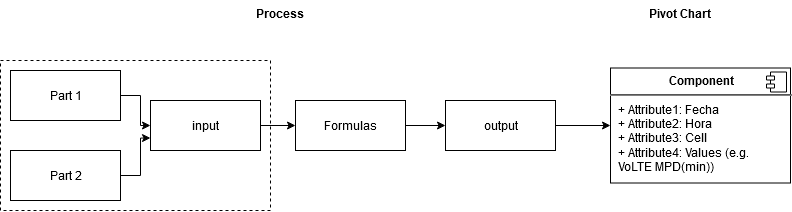
The draw.io diagram archDiagram.png in charlieromano/autoReportsRF, before a commit. Source tidied: cells renumbered, new cells last; positions are measured from the earlier drawing's top-left corner, leaving out a move shared by most shapes. Source of this version:
```xml
<mxGraphModel>
  <root>
    <mxCell id="0" />
    <mxCell id="1" parent="0" />
    <mxCell id="2" style="rounded=0;whiteSpace=wrap;html=1;fillColor=none;dashed=1;" parent="1" vertex="1">
      <mxGeometry y="60" width="270" height="150" as="geometry" />
    </mxCell>
    <mxCell id="3" style="edgeStyle=orthogonalEdgeStyle;rounded=0;jettySize=auto;html=1;exitX=1;exitY=0.5;exitDx=0;exitDy=0;" parent="1" edge="1" source="4" target="8">
      <mxGeometry relative="1" as="geometry" />
    </mxCell>
    <mxCell id="4" value="Part 1" style="html=1;" parent="1" vertex="1">
      <mxGeometry x="10" y="70" width="110" height="50" as="geometry" />
    </mxCell>
    <mxCell id="5" style="edgeStyle=orthogonalEdgeStyle;rounded=0;jettySize=auto;html=1;exitX=1;exitY=0.5;exitDx=0;exitDy=0;entryX=0;entryY=0.75;entryDx=0;entryDy=0;" parent="1" edge="1" source="6" target="8">
      <mxGeometry relative="1" as="geometry" />
    </mxCell>
    <mxCell id="6" value="Part 2" style="html=1;" parent="1" vertex="1">
      <mxGeometry x="10" y="150" width="110" height="50" as="geometry" />
    </mxCell>
    <mxCell id="7" style="edgeStyle=orthogonalEdgeStyle;rounded=0;jettySize=auto;html=1;exitX=1;exitY=0.5;exitDx=0;exitDy=0;entryX=0;entryY=0.5;entryDx=0;entryDy=0;" parent="1" edge="1" source="8" target="10">
      <mxGeometry relative="1" as="geometry" />
    </mxCell>
    <mxCell id="8" value="input" style="html=1;" parent="1" vertex="1">
      <mxGeometry x="150" y="100" width="110" height="50" as="geometry" />
    </mxCell>
    <mxCell id="9" style="edgeStyle=orthogonalEdgeStyle;rounded=0;jettySize=auto;html=1;exitX=1;exitY=0.5;exitDx=0;exitDy=0;" parent="1" edge="1" source="10" target="14">
      <mxGeometry relative="1" as="geometry" />
    </mxCell>
    <mxCell id="10" value="Formulas" style="html=1;" parent="1" vertex="1">
      <mxGeometry x="295" y="100" width="110" height="50" as="geometry" />
    </mxCell>
    <mxCell id="11" value="Pivot Chart" style="text;align=center;fontStyle=1;verticalAlign=middle;spacingLeft=3;spacingRight=3;strokeColor=none;" parent="1" vertex="1">
      <mxGeometry x="640" width="80" height="26" as="geometry" />
    </mxCell>
    <mxCell id="12" value="Process" style="text;align=center;fontStyle=1;verticalAlign=middle;spacingLeft=3;spacingRight=3;strokeColor=none;" parent="1" vertex="1">
      <mxGeometry x="240" width="80" height="26" as="geometry" />
    </mxCell>
    <mxCell id="13" style="edgeStyle=orthogonalEdgeStyle;rounded=0;jettySize=auto;html=1;exitX=1;exitY=0.5;exitDx=0;exitDy=0;entryX=0;entryY=0.5;entryDx=0;entryDy=0;" parent="1" edge="1" source="14" target="15">
      <mxGeometry relative="1" as="geometry" />
    </mxCell>
    <mxCell id="14" value="output" style="html=1;" parent="1" vertex="1">
      <mxGeometry x="445" y="100" width="110" height="50" as="geometry" />
    </mxCell>
    <mxCell id="15" value="&lt;p style=&quot;margin: 0px ; margin-top: 6px ; text-align: center&quot;&gt;&lt;b&gt;Component&lt;/b&gt;&lt;/p&gt;&lt;hr&gt;&lt;p style=&quot;margin: 0px ; margin-left: 8px&quot;&gt;+ Attribute1: Fecha&lt;br&gt;+ Attribute2: Hora&lt;/p&gt;&lt;p style=&quot;margin: 0px ; margin-left: 8px&quot;&gt;+ Attribute3: Cell&lt;/p&gt;&lt;p style=&quot;margin: 0px ; margin-left: 8px&quot;&gt;+ Attribute4: Values (e.g. &lt;br&gt;&lt;/p&gt;&lt;p style=&quot;margin: 0px ; margin-left: 8px&quot;&gt;VoLTE MPD(min))&lt;/p&gt;&lt;p style=&quot;margin: 0px ; margin-left: 8px&quot;&gt;&lt;br&gt;&lt;/p&gt;" style="align=left;overflow=fill;html=1;" parent="1" vertex="1">
      <mxGeometry x="610" y="67.5" width="180" height="115" as="geometry" />
    </mxCell>
    <mxCell id="16" style="shape=component;jettyWidth=8;jettyHeight=4;" parent="15" vertex="1">
      <mxGeometry x="1" width="20" height="20" relative="1" as="geometry">
        <mxPoint x="-24" y="4" as="offset" />
      </mxGeometry>
    </mxCell>
  </root>
</mxGraphModel>
```
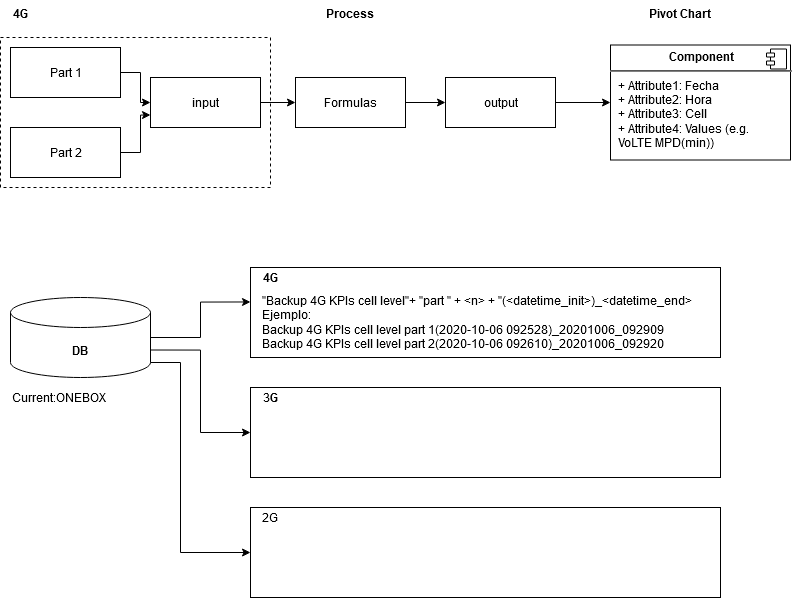
The same diagram one commit later.

Diff of the diagram source:
```diff
@@ -30,10 +30,10 @@
       <mxGeometry x="295" y="100" width="110" height="50" as="geometry" />
     </mxCell>
     <mxCell id="11" value="Pivot Chart" style="text;align=center;fontStyle=1;verticalAlign=middle;spacingLeft=3;spacingRight=3;strokeColor=none;" parent="1" vertex="1">
-      <mxGeometry x="640" width="80" height="26" as="geometry" />
+      <mxGeometry x="640" y="23" width="80" height="26" as="geometry" />
     </mxCell>
     <mxCell id="12" value="Process" style="text;align=center;fontStyle=1;verticalAlign=middle;spacingLeft=3;spacingRight=3;strokeColor=none;" parent="1" vertex="1">
-      <mxGeometry x="240" width="80" height="26" as="geometry" />
+      <mxGeometry x="310" y="23" width="80" height="26" as="geometry" />
     </mxCell>
     <mxCell id="13" style="edgeStyle=orthogonalEdgeStyle;rounded=0;jettySize=auto;html=1;exitX=1;exitY=0.5;exitDx=0;exitDy=0;entryX=0;entryY=0.5;entryDx=0;entryDy=0;" parent="1" edge="1" source="14" target="15">
       <mxGeometry relative="1" as="geometry" />
@@ -49,5 +49,64 @@
         <mxPoint x="-24" y="4" as="offset" />
       </mxGeometry>
     </mxCell>
+    <mxCell id="17" style="group;" parent="1" vertex="1">
+      <mxGeometry x="10" y="320" width="140" height="80" as="geometry" />
+    </mxCell>
+    <mxCell id="18" style="shape=cylinder3;whiteSpace=wrap;html=1;boundedLbl=1;backgroundOutline=1;size=15;fillColor=none;" parent="17" vertex="1">
+      <mxGeometry width="140" height="80" as="geometry" />
+    </mxCell>
+    <mxCell id="19" value="DB" style="text;align=center;fontStyle=1;verticalAlign=middle;spacingLeft=3;spacingRight=3;strokeColor=none;" parent="17" vertex="1">
+      <mxGeometry x="30" y="40" width="80" height="26" as="geometry" />
+    </mxCell>
+    <mxCell id="20" style="group;" parent="1" vertex="1">
+      <mxGeometry x="250" y="290" width="480" height="90" as="geometry" />
+    </mxCell>
+    <mxCell id="21" style="rounded=0;whiteSpace=wrap;html=1;fillColor=none;align=left;" parent="20" vertex="1">
+      <mxGeometry width="470" height="90" as="geometry" />
+    </mxCell>
+    <mxCell id="22" value="&lt;div&gt;&quot;Backup 4G KPIs cell level&quot;+ &quot;part &quot; + &amp;lt;n&amp;gt; + &quot;(&amp;lt;datetime_init&amp;gt;)_&amp;lt;datetime_end&amp;gt;&lt;br&gt;&lt;/div&gt;&lt;div&gt;Ejemplo: &lt;br&gt;&lt;/div&gt;&lt;div&gt;Backup 4G KPIs cell level part 1(2020-10-06 092528)_20201006_092909&lt;/div&gt;&lt;div&gt;Backup 4G KPIs cell level part 2(2020-10-06 092610)_20201006_092920&lt;br&gt;&lt;/div&gt;" style="text;html=1;strokeColor=none;fillColor=none;align=left;verticalAlign=middle;whiteSpace=wrap;rounded=0;" parent="20" vertex="1">
+      <mxGeometry x="10" y="20" width="470" height="70" as="geometry" />
+    </mxCell>
+    <mxCell id="23" value="&lt;b&gt;4G&lt;/b&gt;" style="text;html=1;strokeColor=none;fillColor=none;align=center;verticalAlign=middle;whiteSpace=wrap;rounded=0;" parent="20" vertex="1">
+      <mxGeometry width="40" height="20" as="geometry" />
+    </mxCell>
+    <mxCell id="24" style="edgeStyle=orthogonalEdgeStyle;rounded=0;jettySize=auto;html=1;exitX=1;exitY=0.5;exitDx=0;exitDy=0;exitPerimeter=0;entryX=0;entryY=0.383;entryDx=0;entryDy=0;entryPerimeter=0;" parent="1" edge="1" source="18" target="21">
+      <mxGeometry relative="1" as="geometry" />
+    </mxCell>
+    <mxCell id="25" value="&lt;b&gt;4G&lt;/b&gt;" style="text;html=1;strokeColor=none;fillColor=none;align=center;verticalAlign=middle;whiteSpace=wrap;rounded=0;" parent="1" vertex="1">
+      <mxGeometry y="26" width="40" height="20" as="geometry" />
+    </mxCell>
+    <mxCell id="26" style="group;" parent="1" vertex="1">
+      <mxGeometry x="250" y="410" width="480" height="90" as="geometry" />
+    </mxCell>
+    <mxCell id="27" style="rounded=0;whiteSpace=wrap;html=1;fillColor=none;align=left;" parent="26" vertex="1">
+      <mxGeometry width="470" height="90" as="geometry" />
+    </mxCell>
+    <mxCell id="28" value="3&lt;b&gt;G&lt;/b&gt;" style="text;html=1;strokeColor=none;fillColor=none;align=center;verticalAlign=middle;whiteSpace=wrap;rounded=0;" parent="26" vertex="1">
+      <mxGeometry width="40" height="20" as="geometry" />
+    </mxCell>
+    <mxCell id="29" style="group;" parent="1" vertex="1">
+      <mxGeometry x="250" y="530" width="480" height="90" as="geometry" />
+    </mxCell>
+    <mxCell id="30" style="rounded=0;whiteSpace=wrap;html=1;fillColor=none;align=left;" parent="29" vertex="1">
+      <mxGeometry width="470" height="90" as="geometry" />
+    </mxCell>
+    <mxCell id="31" value="2G" style="text;html=1;strokeColor=none;fillColor=none;align=center;verticalAlign=middle;whiteSpace=wrap;rounded=0;" parent="29" vertex="1">
+      <mxGeometry width="40" height="20" as="geometry" />
+    </mxCell>
+    <mxCell id="32" style="edgeStyle=orthogonalEdgeStyle;rounded=0;jettySize=auto;html=1;exitX=1;exitY=0;exitDx=0;exitDy=52.5;exitPerimeter=0;entryX=0;entryY=0.5;entryDx=0;entryDy=0;" parent="1" edge="1" source="18" target="27">
+      <mxGeometry relative="1" as="geometry" />
+    </mxCell>
+    <mxCell id="33" style="edgeStyle=orthogonalEdgeStyle;rounded=0;jettySize=auto;html=1;exitX=1;exitY=1;exitDx=0;exitDy=-15;exitPerimeter=0;entryX=0;entryY=0.5;entryDx=0;entryDy=0;" parent="1" edge="1" source="18" target="30">
+      <mxGeometry relative="1" as="geometry">
+        <Array as="points">
+          <mxPoint x="180" y="385" />
+          <mxPoint x="180" y="575" />
+        </Array>
+      </mxGeometry>
+    </mxCell>
+    <mxCell id="34" value="Current:ONEBOX" style="text;html=1;strokeColor=none;fillColor=none;align=left;verticalAlign=middle;whiteSpace=wrap;rounded=0;" parent="1" vertex="1">
+      <mxGeometry x="10" y="410" width="130" height="20" as="geometry" />
+    </mxCell>
   </root>
 </mxGraphModel>
```
